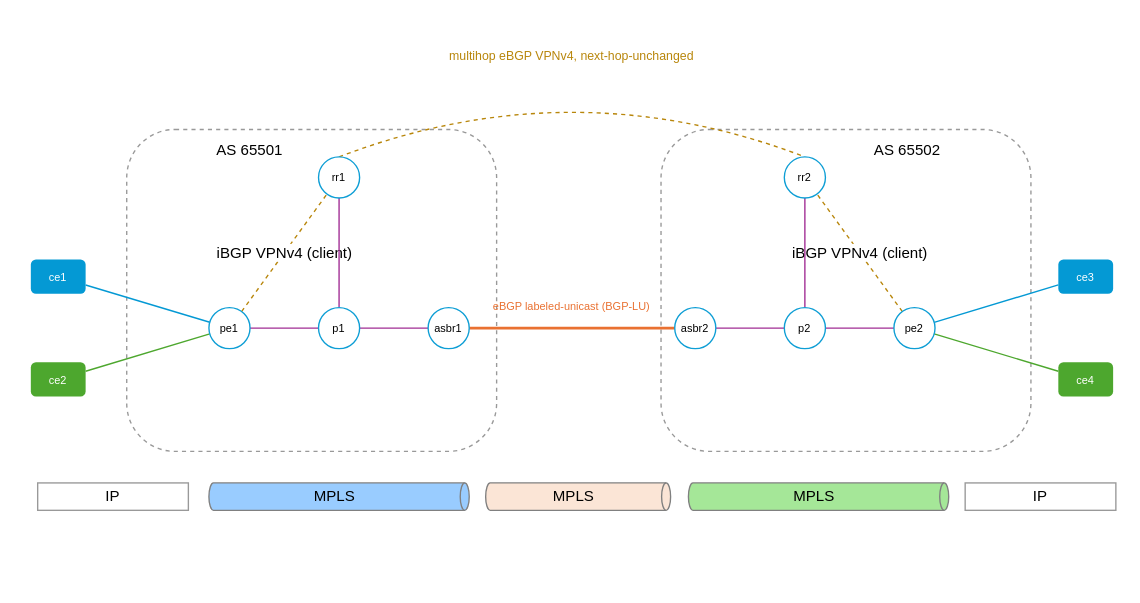
This is playset/images/InterASOptionCRR.drawio from zebra-rs/zebra-rs, a draw.io file, before an edit. Source tidied: cells renumbered, new cells numbered last; positions are measured from the earlier drawing's top-left corner, leaving out a move shared by most shapes. Both pictures are drawn from the tidied source at 137%, with x=0, y=0 at pixel (30, 47).
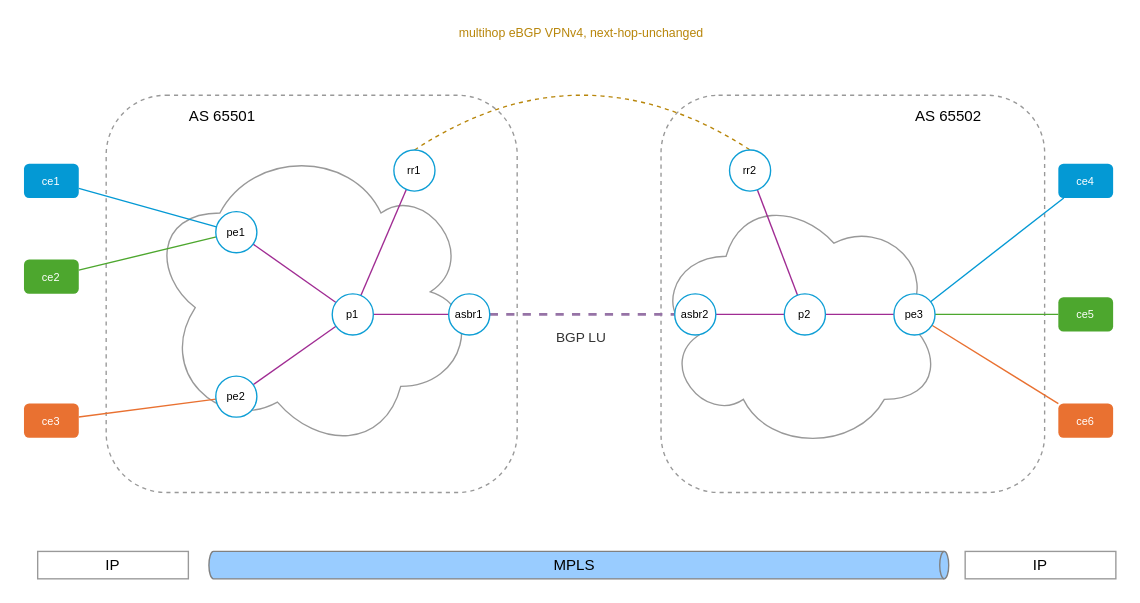
The same diagram, later.

The edit, as a diff of the source:
```diff
@@
     <mxCell id="2" style="rounded=1;whiteSpace=wrap;html=1;fillColor=none;dashed=1;strokeColor=#999999;" parent="1" vertex="1">
-      <mxGeometry x="70" y="60" width="270" height="235" as="geometry" />
+      <mxGeometry x="55" y="35" width="300" height="290" as="geometry" />
     </mxCell>
     <mxCell id="3" style="rounded=1;whiteSpace=wrap;html=1;fillColor=none;dashed=1;strokeColor=#999999;" parent="1" vertex="1">
-      <mxGeometry x="460" y="60" width="270" height="235" as="geometry" />
+      <mxGeometry x="460" y="35" width="280" height="290" as="geometry" />
     </mxCell>
+    <mxCell id="39" style="ellipse;shape=cloud;whiteSpace=wrap;html=1;flipV=1;flipH=1;strokeColor=#999999;" parent="1" vertex="1">
+      <mxGeometry x="90" y="75" width="240" height="230" as="geometry" />
+    </mxCell>
+    <mxCell id="40" style="ellipse;shape=cloud;whiteSpace=wrap;html=1;strokeColor=#999999;" parent="1" vertex="1">
+      <mxGeometry x="455" y="105" width="210" height="190" as="geometry" />
+    </mxCell>
     <mxCell id="4" value="AS 65501" style="text;html=1;whiteSpace=wrap;strokeColor=none;fillColor=none;align=center;verticalAlign=middle;rounded=0;fontSize=11;" parent="1" vertex="1">
-      <mxGeometry x="125" y="60" width="70" height="30" as="geometry" />
+      <mxGeometry x="105" y="35" width="70" height="30" as="geometry" />
     </mxCell>
     <mxCell id="5" value="AS 65502" style="text;html=1;whiteSpace=wrap;strokeColor=none;fillColor=none;align=center;verticalAlign=middle;rounded=0;fontSize=11;" parent="1" vertex="1">
-      <mxGeometry x="605" y="60" width="70" height="30" as="geometry" />
+      <mxGeometry x="635" y="35" width="70" height="30" as="geometry" />
     </mxCell>
     <mxCell id="6" style="endArrow=none;html=1;rounded=0;curved=1;dashed=1;strokeColor=#B8860B;exitX=0.5;exitY=0;exitDx=0;exitDy=0;entryX=0.5;entryY=0;entryDx=0;entryDy=0;" parent="1" edge="1" source="22" target="23">
       <mxGeometry relative="1" as="geometry">
         <Array as="points">
-          <mxPoint x="395" y="15" />
+          <mxPoint x="402" y="-5" />
         </Array>
       </mxGeometry>
     </mxCell>
     <mxCell id="7" value="multihop eBGP VPNv4, next-hop-unchanged" style="text;html=1;whiteSpace=wrap;strokeColor=none;fillColor=none;align=center;verticalAlign=middle;rounded=0;fontSize=9;fontColor=#B8860B;" parent="1" vertex="1">
-      <mxGeometry x="280" width="230" height="14" as="geometry" />
+      <mxGeometry x="287" y="-17" width="230" height="14" as="geometry" />
     </mxCell>
-    <mxCell id="8" value="iBGP VPNv4 (client)" style="endArrow=none;html=1;rounded=0;dashed=1;dashPattern=3 3;strokeColor=#B8860B;" parent="1" edge="1" source="24" target="22">
-      <mxGeometry relative="1" as="geometry" />
-    </mxCell>
-    <mxCell id="9" value="iBGP VPNv4 (client)" style="endArrow=none;html=1;rounded=0;dashed=1;dashPattern=3 3;strokeColor=#B8860B;" parent="1" edge="1" source="29" target="23">
-      <mxGeometry relative="1" as="geometry" />
-    </mxCell>
@@
+    <mxCell id="41" style="endArrow=none;html=1;rounded=0;strokeColor=#E97131;" parent="1" edge="1" source="32" target="29">
+      <mxGeometry relative="1" as="geometry" />
+    </mxCell>
@@
+    <mxCell id="42" style="endArrow=none;html=1;rounded=0;strokeColor=#A02C93;" parent="1" edge="1" source="29" target="25">
+      <mxGeometry relative="1" as="geometry" />
+    </mxCell>
@@
-    <mxCell id="17" style="endArrow=none;html=1;rounded=0;strokeColor=#A02C93;" parent="1" edge="1" source="28" target="29">
-      <mxGeometry relative="1" as="geometry" />
-    </mxCell>
-    <mxCell id="18" style="endArrow=none;html=1;rounded=0;strokeColor=#0499D4;" parent="1" edge="1" source="29" target="32">
-      <mxGeometry relative="1" as="geometry" />
-    </mxCell>
-    <mxCell id="19" style="endArrow=none;html=1;rounded=0;strokeColor=#4DA72E;" parent="1" edge="1" source="29" target="33">
-      <mxGeometry relative="1" as="geometry" />
-    </mxCell>
+    <mxCell id="43" style="endArrow=none;html=1;rounded=0;strokeColor=#A02C93;" parent="1" edge="1" source="28" target="47">
+      <mxGeometry relative="1" as="geometry" />
+    </mxCell>
+    <mxCell id="44" style="endArrow=none;html=1;rounded=0;strokeColor=#0499D4;" parent="1" edge="1" source="47" target="33">
+      <mxGeometry relative="1" as="geometry" />
+    </mxCell>
+    <mxCell id="45" style="endArrow=none;html=1;rounded=0;strokeColor=#4DA72E;" parent="1" edge="1" source="47" target="48">
+      <mxGeometry relative="1" as="geometry" />
+    </mxCell>
+    <mxCell id="46" style="endArrow=none;html=1;rounded=0;strokeColor=#E97131;" parent="1" edge="1" source="47" target="49">
+      <mxGeometry relative="1" as="geometry" />
+    </mxCell>
-    <mxCell id="20" style="endArrow=none;html=1;rounded=0;strokeColor=#E97131;strokeWidth=2;" parent="1" edge="1" source="26" target="27">
+    <mxCell id="20" style="endArrow=none;html=1;rounded=0;dashed=1;strokeColor=#9673A6;strokeWidth=2;" parent="1" edge="1" source="26" target="27">
       <mxGeometry relative="1" as="geometry" />
     </mxCell>
-    <mxCell id="21" value="eBGP labeled-unicast (BGP-LU)" style="text;html=1;whiteSpace=wrap;strokeColor=none;fillColor=none;align=center;verticalAlign=middle;rounded=0;fontSize=8;fontColor=#E97131;" parent="1" vertex="1">
-      <mxGeometry x="315" y="182" width="160" height="14" as="geometry" />
+    <mxCell id="21" value="BGP LU" style="text;html=1;whiteSpace=wrap;strokeColor=none;fillColor=none;align=center;verticalAlign=middle;rounded=0;fontSize=10;fontColor=#333333;" parent="1" vertex="1">
+      <mxGeometry x="372" y="205" width="60" height="14" as="geometry" />
     </mxCell>
     <mxCell id="22" value="rr1" style="ellipse;whiteSpace=wrap;html=1;strokeColor=#0E9ED5;fillColor=#FFFFFF;fontSize=8;" parent="1" vertex="1">
-      <mxGeometry x="210" y="80" width="30" height="30" as="geometry" />
+      <mxGeometry x="265" y="75" width="30" height="30" as="geometry" />
     </mxCell>
     <mxCell id="23" value="rr2" style="ellipse;whiteSpace=wrap;html=1;strokeColor=#0E9ED5;fillColor=#FFFFFF;fontSize=8;" parent="1" vertex="1">
-      <mxGeometry x="550" y="80" width="30" height="30" as="geometry" />
+      <mxGeometry x="510" y="75" width="30" height="30" as="geometry" />
     </mxCell>
     <mxCell id="24" value="pe1" style="ellipse;whiteSpace=wrap;html=1;strokeColor=#0E9ED5;fillColor=#FFFFFF;fontSize=8;" parent="1" vertex="1">
-      <mxGeometry x="130" y="190" width="30" height="30" as="geometry" />
+      <mxGeometry x="135" y="120" width="30" height="30" as="geometry" />
     </mxCell>
+    <mxCell id="29" value="pe2" style="ellipse;whiteSpace=wrap;html=1;strokeColor=#0E9ED5;fillColor=#FFFFFF;fontSize=8;" parent="1" vertex="1">
+      <mxGeometry x="135" y="240" width="30" height="30" as="geometry" />
+    </mxCell>
     <mxCell id="25" value="p1" style="ellipse;whiteSpace=wrap;html=1;strokeColor=#0E9ED5;fillColor=#FFFFFF;fontSize=8;" parent="1" vertex="1">
-      <mxGeometry x="210" y="190" width="30" height="30" as="geometry" />
+      <mxGeometry x="220" y="180" width="30" height="30" as="geometry" />
     </mxCell>
     <mxCell id="26" value="asbr1" style="ellipse;whiteSpace=wrap;html=1;strokeColor=#0E9ED5;fillColor=#FFFFFF;fontSize=8;" parent="1" vertex="1">
-      <mxGeometry x="290" y="190" width="30" height="30" as="geometry" />
+      <mxGeometry x="305" y="180" width="30" height="30" as="geometry" />
     </mxCell>
     <mxCell id="27" value="asbr2" style="ellipse;whiteSpace=wrap;html=1;strokeColor=#0E9ED5;fillColor=#FFFFFF;fontSize=8;" parent="1" vertex="1">
-      <mxGeometry x="470" y="190" width="30" height="30" as="geometry" />
+      <mxGeometry x="470" y="180" width="30" height="30" as="geometry" />
     </mxCell>
     <mxCell id="28" value="p2" style="ellipse;whiteSpace=wrap;html=1;strokeColor=#0E9ED5;fillColor=#FFFFFF;fontSize=8;" parent="1" vertex="1">
-      <mxGeometry x="550" y="190" width="30" height="30" as="geometry" />
+      <mxGeometry x="550" y="180" width="30" height="30" as="geometry" />
     </mxCell>
-    <mxCell id="29" value="pe2" style="ellipse;whiteSpace=wrap;html=1;strokeColor=#0E9ED5;fillColor=#FFFFFF;fontSize=8;" parent="1" vertex="1">
-      <mxGeometry x="630" y="190" width="30" height="30" as="geometry" />
-    </mxCell>
+    <mxCell id="47" value="pe3" style="ellipse;whiteSpace=wrap;html=1;strokeColor=#0E9ED5;fillColor=#FFFFFF;fontSize=8;" parent="1" vertex="1">
+      <mxGeometry x="630" y="180" width="30" height="30" as="geometry" />
+    </mxCell>
     <mxCell id="30" value="ce1" style="rounded=1;whiteSpace=wrap;html=1;fillStyle=solid;fillColor=#0499D4;strokeColor=none;fontSize=8;fontColor=#FFFFFF;" parent="1" vertex="1">
-      <mxGeometry y="155" width="40" height="25" as="geometry" />
+      <mxGeometry x="-5" y="85" width="40" height="25" as="geometry" />
     </mxCell>
     <mxCell id="31" value="ce2" style="rounded=1;whiteSpace=wrap;html=1;fillStyle=solid;fillColor=#4DA72E;strokeColor=none;fontSize=8;fontColor=#FFFFFF;" parent="1" vertex="1">
-      <mxGeometry y="230" width="40" height="25" as="geometry" />
+      <mxGeometry x="-5" y="155" width="40" height="25" as="geometry" />
     </mxCell>
-    <mxCell id="32" value="ce3" style="rounded=1;whiteSpace=wrap;html=1;fillStyle=solid;fillColor=#0499D4;strokeColor=none;fontSize=8;fontColor=#FFFFFF;" parent="1" vertex="1">
-      <mxGeometry x="750" y="155" width="40" height="25" as="geometry" />
+    <mxCell id="32" value="ce3" style="rounded=1;whiteSpace=wrap;html=1;fillStyle=solid;fillColor=#E97131;strokeColor=none;fontSize=8;fontColor=#FFFFFF;" parent="1" vertex="1">
+      <mxGeometry x="-5" y="260" width="40" height="25" as="geometry" />
     </mxCell>
-    <mxCell id="33" value="ce4" style="rounded=1;whiteSpace=wrap;html=1;fillStyle=solid;fillColor=#4DA72E;strokeColor=none;fontSize=8;fontColor=#FFFFFF;" parent="1" vertex="1">
-      <mxGeometry x="750" y="230" width="40" height="25" as="geometry" />
+    <mxCell id="33" value="ce4" style="rounded=1;whiteSpace=wrap;html=1;fillStyle=solid;fillColor=#0499D4;strokeColor=none;fontSize=8;fontColor=#FFFFFF;" parent="1" vertex="1">
+      <mxGeometry x="750" y="85" width="40" height="25" as="geometry" />
     </mxCell>
+    <mxCell id="48" value="ce5" style="rounded=1;whiteSpace=wrap;html=1;fillStyle=solid;fillColor=#4DA72E;strokeColor=none;fontSize=8;fontColor=#FFFFFF;" parent="1" vertex="1">
+      <mxGeometry x="750" y="182.5" width="40" height="25" as="geometry" />
+    </mxCell>
+    <mxCell id="49" value="ce6" style="rounded=1;whiteSpace=wrap;html=1;fillStyle=solid;fillColor=#E97131;strokeColor=none;fontSize=8;fontColor=#FFFFFF;" parent="1" vertex="1">
+      <mxGeometry x="750" y="260" width="40" height="25" as="geometry" />
+    </mxCell>
     <mxCell id="34" value="IP" style="rounded=0;whiteSpace=wrap;html=1;strokeColor=#999999;fontSize=11;" parent="1" vertex="1">
-      <mxGeometry x="5" y="318" width="110" height="20" as="geometry" />
+      <mxGeometry x="5" y="368" width="110" height="20" as="geometry" />
     </mxCell>
     <mxCell id="35" value="MPLS" style="shape=cylinder3;whiteSpace=wrap;html=1;boundedLbl=1;backgroundOutline=1;size=3.285714285714164;direction=south;strokeColor=#808080;fillColor=light-dark(#99CCFF,#2566A8);fontColor=#000000;fontSize=11;" parent="1" vertex="1">
-      <mxGeometry x="130" y="318" width="190" height="20" as="geometry" />
+      <mxGeometry x="130" y="368" width="540" height="20" as="geometry" />
     </mxCell>
-    <mxCell id="36" value="MPLS" style="shape=cylinder3;whiteSpace=wrap;html=1;boundedLbl=1;backgroundOutline=1;size=3.285714285714164;direction=south;strokeColor=#808080;fillColor=light-dark(#FBE5D6,#7A4A21);fontColor=#000000;fontSize=11;" parent="1" vertex="1">
-      <mxGeometry x="332" y="318" width="135" height="20" as="geometry" />
-    </mxCell>
-    <mxCell id="37" value="MPLS" style="shape=cylinder3;whiteSpace=wrap;html=1;boundedLbl=1;backgroundOutline=1;size=3.285714285714164;direction=south;strokeColor=#808080;fillColor=light-dark(#A5E798,#003900);fontColor=#000000;fontSize=11;" parent="1" vertex="1">
-      <mxGeometry x="480" y="318" width="190" height="20" as="geometry" />
-    </mxCell>
     <mxCell id="38" value="IP" style="rounded=0;whiteSpace=wrap;html=1;strokeColor=#999999;fontSize=11;" parent="1" vertex="1">
-      <mxGeometry x="682" y="318" width="110" height="20" as="geometry" />
+      <mxGeometry x="682" y="368" width="110" height="20" as="geometry" />
     </mxCell>
```
